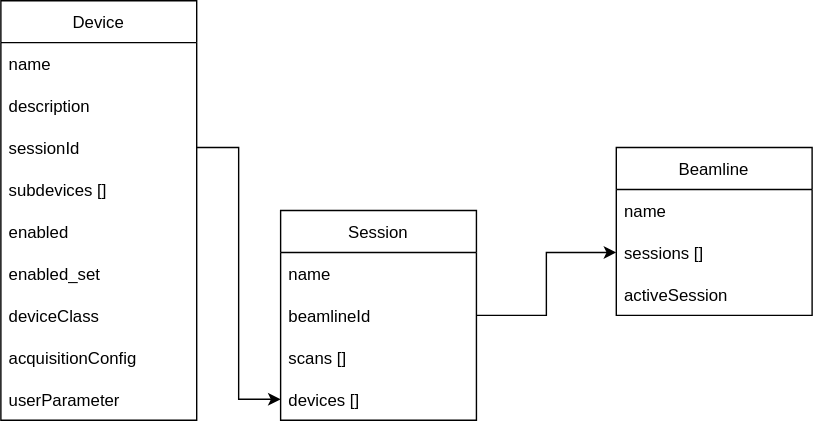
Before: docs/architecture/BEC_config_db.svg, a diagram exported from draw.io (ivan-usov-org/bec). Source tidied: cells renumbered, new cells last; positions are measured from the earlier drawing's top-left corner, leaving out a move shared by most shapes. The source it was exported from:
```xml
<mxGraphModel>
  <root>
    <mxCell id="0" />
    <mxCell id="1" parent="0" />
    <mxCell id="2" value="Session" style="swimlane;fontStyle=0;horizontal=1;startSize=30;" parent="1" vertex="1">
      <mxGeometry x="200" y="150" width="140" height="150" as="geometry" />
    </mxCell>
    <mxCell id="3" value="name" style="text;strokeColor=none;fillColor=none;align=left;verticalAlign=middle;spacingLeft=4;spacingRight=4;overflow=hidden;" parent="2" vertex="1">
      <mxGeometry y="30" width="140" height="30" as="geometry" />
    </mxCell>
    <mxCell id="4" value="beamlineId" style="text;strokeColor=none;fillColor=none;align=left;verticalAlign=middle;spacingLeft=4;spacingRight=4;overflow=hidden;points=[[0,0.5],[1,0.5]];portConstraint=eastwest;" parent="2" vertex="1">
      <mxGeometry y="60" width="140" height="30" as="geometry" />
    </mxCell>
    <mxCell id="5" value="scans []" style="text;strokeColor=none;fillColor=none;align=left;verticalAlign=middle;spacingLeft=4;spacingRight=4;overflow=hidden;" parent="2" vertex="1">
      <mxGeometry y="90" width="140" height="30" as="geometry" />
    </mxCell>
    <mxCell id="6" value="devices []" style="text;strokeColor=none;fillColor=none;align=left;verticalAlign=middle;spacingLeft=4;spacingRight=4;overflow=hidden;points=[[0,0.5],[1,0.5]];portConstraint=eastwest;" parent="2" vertex="1">
      <mxGeometry y="120" width="140" height="30" as="geometry" />
    </mxCell>
    <mxCell id="7" style="edgeStyle=orthogonalEdgeStyle;rounded=0;jettySize=auto;html=1;exitX=1;exitY=0.5;exitDx=0;exitDy=0;entryX=0;entryY=0.5;entryDx=0;entryDy=0;" parent="1" edge="1" source="11" target="6">
      <mxGeometry relative="1" as="geometry" />
    </mxCell>
    <mxCell id="8" value="Device" style="swimlane;fontStyle=0;horizontal=1;startSize=30;" parent="1" vertex="1">
      <mxGeometry width="140" height="300" as="geometry" />
    </mxCell>
    <mxCell id="9" value="name" style="text;strokeColor=none;fillColor=none;align=left;verticalAlign=middle;spacingLeft=4;spacingRight=4;overflow=hidden;" parent="8" vertex="1">
      <mxGeometry y="30" width="140" height="30" as="geometry" />
    </mxCell>
    <mxCell id="10" value="description" style="text;strokeColor=none;fillColor=none;align=left;verticalAlign=middle;spacingLeft=4;spacingRight=4;overflow=hidden;" parent="8" vertex="1">
      <mxGeometry y="60" width="140" height="30" as="geometry" />
    </mxCell>
    <mxCell id="11" value="sessionId" style="text;strokeColor=none;fillColor=none;align=left;verticalAlign=middle;spacingLeft=4;spacingRight=4;overflow=hidden;points=[[0,0.5],[1,0.5]];portConstraint=eastwest;" parent="8" vertex="1">
      <mxGeometry y="90" width="140" height="30" as="geometry" />
    </mxCell>
    <mxCell id="12" value="subdevices []" style="text;strokeColor=none;fillColor=none;align=left;verticalAlign=middle;spacingLeft=4;spacingRight=4;overflow=hidden;" parent="8" vertex="1">
      <mxGeometry y="120" width="140" height="30" as="geometry" />
    </mxCell>
    <mxCell id="13" value="enabled" style="text;strokeColor=none;fillColor=none;align=left;verticalAlign=middle;spacingLeft=4;spacingRight=4;overflow=hidden;" parent="8" vertex="1">
      <mxGeometry y="150" width="140" height="30" as="geometry" />
    </mxCell>
    <mxCell id="14" value="enabled_set" style="text;strokeColor=none;fillColor=none;align=left;verticalAlign=middle;spacingLeft=4;spacingRight=4;overflow=hidden;" parent="8" vertex="1">
      <mxGeometry y="180" width="140" height="30" as="geometry" />
    </mxCell>
    <mxCell id="15" value="deviceClass" style="text;strokeColor=none;fillColor=none;align=left;verticalAlign=middle;spacingLeft=4;spacingRight=4;overflow=hidden;" parent="8" vertex="1">
      <mxGeometry y="210" width="140" height="30" as="geometry" />
    </mxCell>
    <mxCell id="16" value="acquisitionConfig" style="text;strokeColor=none;fillColor=none;align=left;verticalAlign=middle;spacingLeft=4;spacingRight=4;overflow=hidden;" parent="8" vertex="1">
      <mxGeometry y="240" width="140" height="30" as="geometry" />
    </mxCell>
    <mxCell id="17" value="userParameter" style="text;strokeColor=none;fillColor=none;align=left;verticalAlign=middle;spacingLeft=4;spacingRight=4;overflow=hidden;" parent="8" vertex="1">
      <mxGeometry y="270" width="140" height="30" as="geometry" />
    </mxCell>
    <mxCell id="18" value="Beamline" style="swimlane;fontStyle=0;horizontal=1;startSize=30;" parent="1" vertex="1">
      <mxGeometry x="440" y="105" width="140" height="120" as="geometry" />
    </mxCell>
    <mxCell id="19" value="name" style="text;strokeColor=none;fillColor=none;align=left;verticalAlign=middle;spacingLeft=4;spacingRight=4;overflow=hidden;" parent="18" vertex="1">
      <mxGeometry y="30" width="140" height="30" as="geometry" />
    </mxCell>
    <mxCell id="20" value="sessions []" style="text;strokeColor=none;fillColor=none;align=left;verticalAlign=middle;spacingLeft=4;spacingRight=4;overflow=hidden;points=[[0,0.5],[1,0.5]];portConstraint=eastwest;" parent="18" vertex="1">
      <mxGeometry y="60" width="140" height="30" as="geometry" />
    </mxCell>
    <mxCell id="21" value="activeSession" style="text;strokeColor=none;fillColor=none;align=left;verticalAlign=middle;spacingLeft=4;spacingRight=4;overflow=hidden;" parent="18" vertex="1">
      <mxGeometry y="90" width="140" height="30" as="geometry" />
    </mxCell>
    <mxCell id="22" style="edgeStyle=orthogonalEdgeStyle;html=1;exitX=1;exitY=0.5;exitDx=0;exitDy=0;entryX=0;entryY=0.5;entryDx=0;entryDy=0;rounded=0;" parent="1" edge="1" source="4" target="20">
      <mxGeometry relative="1" as="geometry" />
    </mxCell>
  </root>
</mxGraphModel>
```
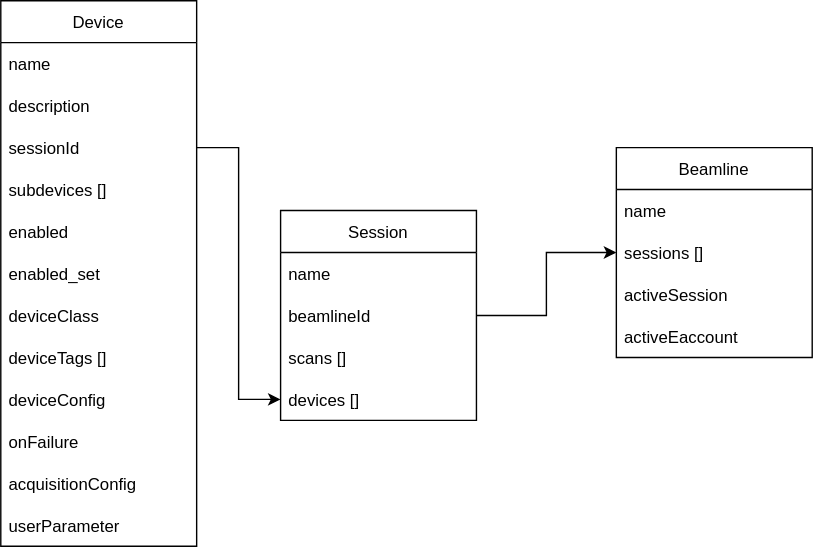
The same diagram one commit later.

Commit message:
docs: updated config db drawing

Diff of the diagram source:
```diff
@@ -21,7 +21,7 @@
       <mxGeometry relative="1" as="geometry" />
     </mxCell>
     <mxCell id="8" value="Device" style="swimlane;fontStyle=0;horizontal=1;startSize=30;" parent="1" vertex="1">
-      <mxGeometry width="140" height="300" as="geometry" />
+      <mxGeometry width="140" height="390" as="geometry" />
     </mxCell>
     <mxCell id="9" value="name" style="text;strokeColor=none;fillColor=none;align=left;verticalAlign=middle;spacingLeft=4;spacingRight=4;overflow=hidden;" parent="8" vertex="1">
       <mxGeometry y="30" width="140" height="30" as="geometry" />
@@ -44,14 +44,23 @@
     <mxCell id="15" value="deviceClass" style="text;strokeColor=none;fillColor=none;align=left;verticalAlign=middle;spacingLeft=4;spacingRight=4;overflow=hidden;" parent="8" vertex="1">
       <mxGeometry y="210" width="140" height="30" as="geometry" />
     </mxCell>
+    <mxCell id="17" value="deviceTags []" style="text;strokeColor=none;fillColor=none;align=left;verticalAlign=middle;spacingLeft=4;spacingRight=4;overflow=hidden;" parent="8" vertex="1">
+      <mxGeometry y="240" width="140" height="30" as="geometry" />
+    </mxCell>
+    <mxCell id="23" value="deviceConfig" style="text;strokeColor=none;fillColor=none;align=left;verticalAlign=middle;spacingLeft=4;spacingRight=4;overflow=hidden;" parent="8" vertex="1">
+      <mxGeometry y="270" width="140" height="30" as="geometry" />
+    </mxCell>
+    <mxCell id="24" value="onFailure" style="text;strokeColor=none;fillColor=none;align=left;verticalAlign=middle;spacingLeft=4;spacingRight=4;overflow=hidden;" parent="8" vertex="1">
+      <mxGeometry y="300" width="140" height="30" as="geometry" />
+    </mxCell>
     <mxCell id="16" value="acquisitionConfig" style="text;strokeColor=none;fillColor=none;align=left;verticalAlign=middle;spacingLeft=4;spacingRight=4;overflow=hidden;" parent="8" vertex="1">
-      <mxGeometry y="240" width="140" height="30" as="geometry" />
+      <mxGeometry y="330" width="140" height="30" as="geometry" />
     </mxCell>
-    <mxCell id="17" value="userParameter" style="text;strokeColor=none;fillColor=none;align=left;verticalAlign=middle;spacingLeft=4;spacingRight=4;overflow=hidden;" parent="8" vertex="1">
-      <mxGeometry y="270" width="140" height="30" as="geometry" />
-    </mxCell>
+    <mxCell id="25" value="userParameter" style="text;strokeColor=none;fillColor=none;align=left;verticalAlign=middle;spacingLeft=4;spacingRight=4;overflow=hidden;" parent="8" vertex="1">
+      <mxGeometry y="360" width="140" height="30" as="geometry" />
+    </mxCell>
     <mxCell id="18" value="Beamline" style="swimlane;fontStyle=0;horizontal=1;startSize=30;" parent="1" vertex="1">
-      <mxGeometry x="440" y="105" width="140" height="120" as="geometry" />
+      <mxGeometry x="440" y="105" width="140" height="150" as="geometry" />
     </mxCell>
     <mxCell id="19" value="name" style="text;strokeColor=none;fillColor=none;align=left;verticalAlign=middle;spacingLeft=4;spacingRight=4;overflow=hidden;" parent="18" vertex="1">
       <mxGeometry y="30" width="140" height="30" as="geometry" />
@@ -62,6 +71,9 @@
     <mxCell id="21" value="activeSession" style="text;strokeColor=none;fillColor=none;align=left;verticalAlign=middle;spacingLeft=4;spacingRight=4;overflow=hidden;" parent="18" vertex="1">
       <mxGeometry y="90" width="140" height="30" as="geometry" />
     </mxCell>
+    <mxCell id="26" value="activeEaccount" style="text;strokeColor=none;fillColor=none;align=left;verticalAlign=middle;spacingLeft=4;spacingRight=4;overflow=hidden;" parent="18" vertex="1">
+      <mxGeometry y="120" width="140" height="30" as="geometry" />
+    </mxCell>
     <mxCell id="22" style="edgeStyle=orthogonalEdgeStyle;html=1;exitX=1;exitY=0.5;exitDx=0;exitDy=0;entryX=0;entryY=0.5;entryDx=0;entryDy=0;rounded=0;" parent="1" edge="1" source="4" target="20">
       <mxGeometry relative="1" as="geometry" />
     </mxCell>
```
